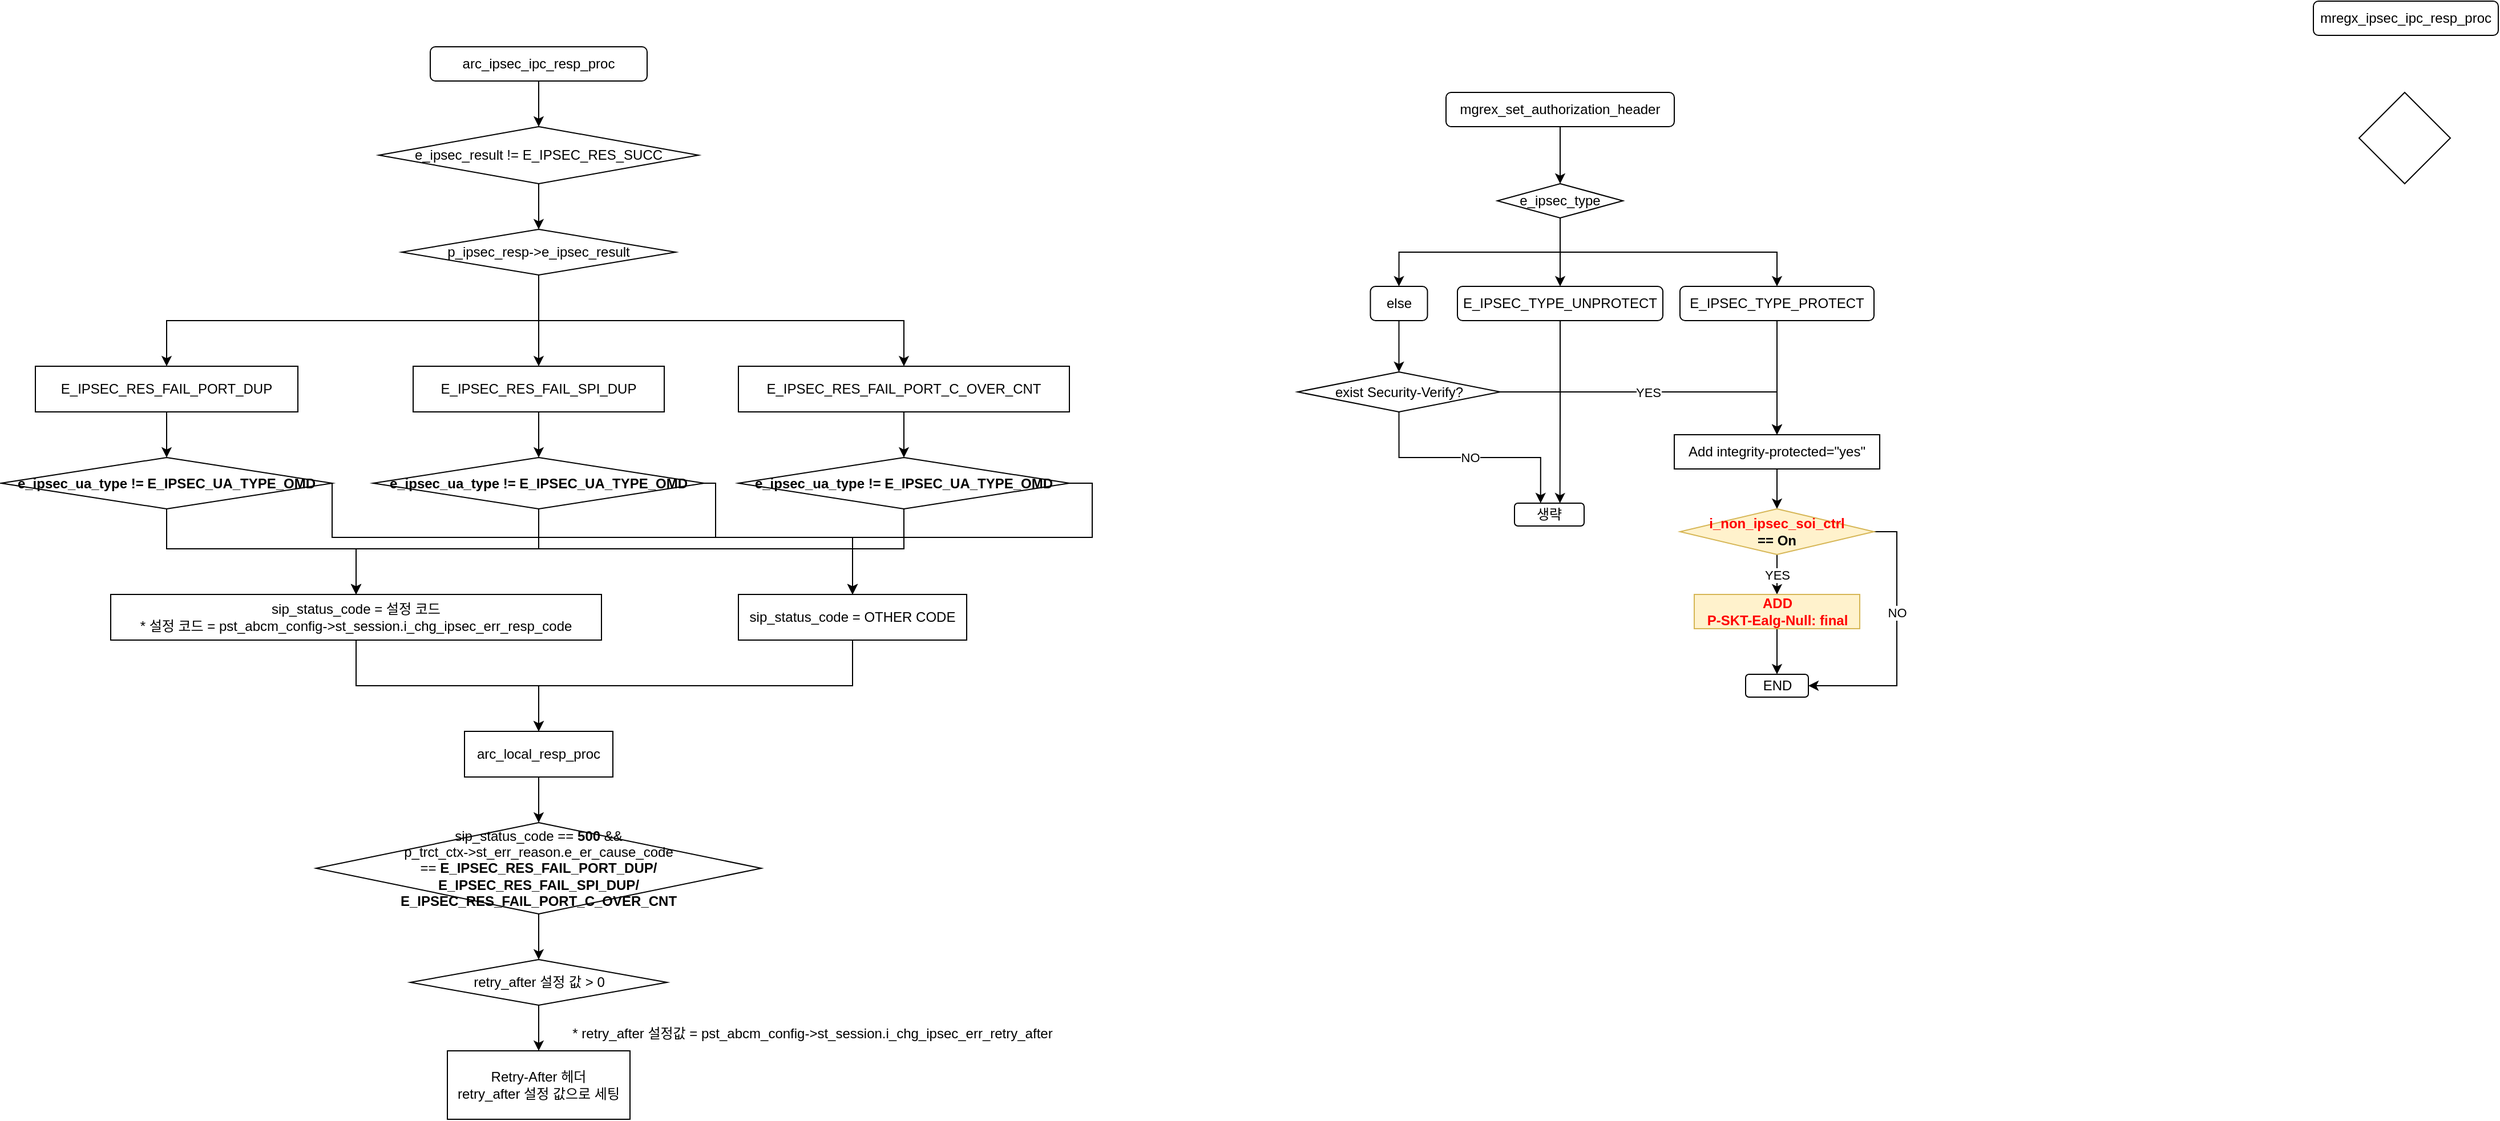
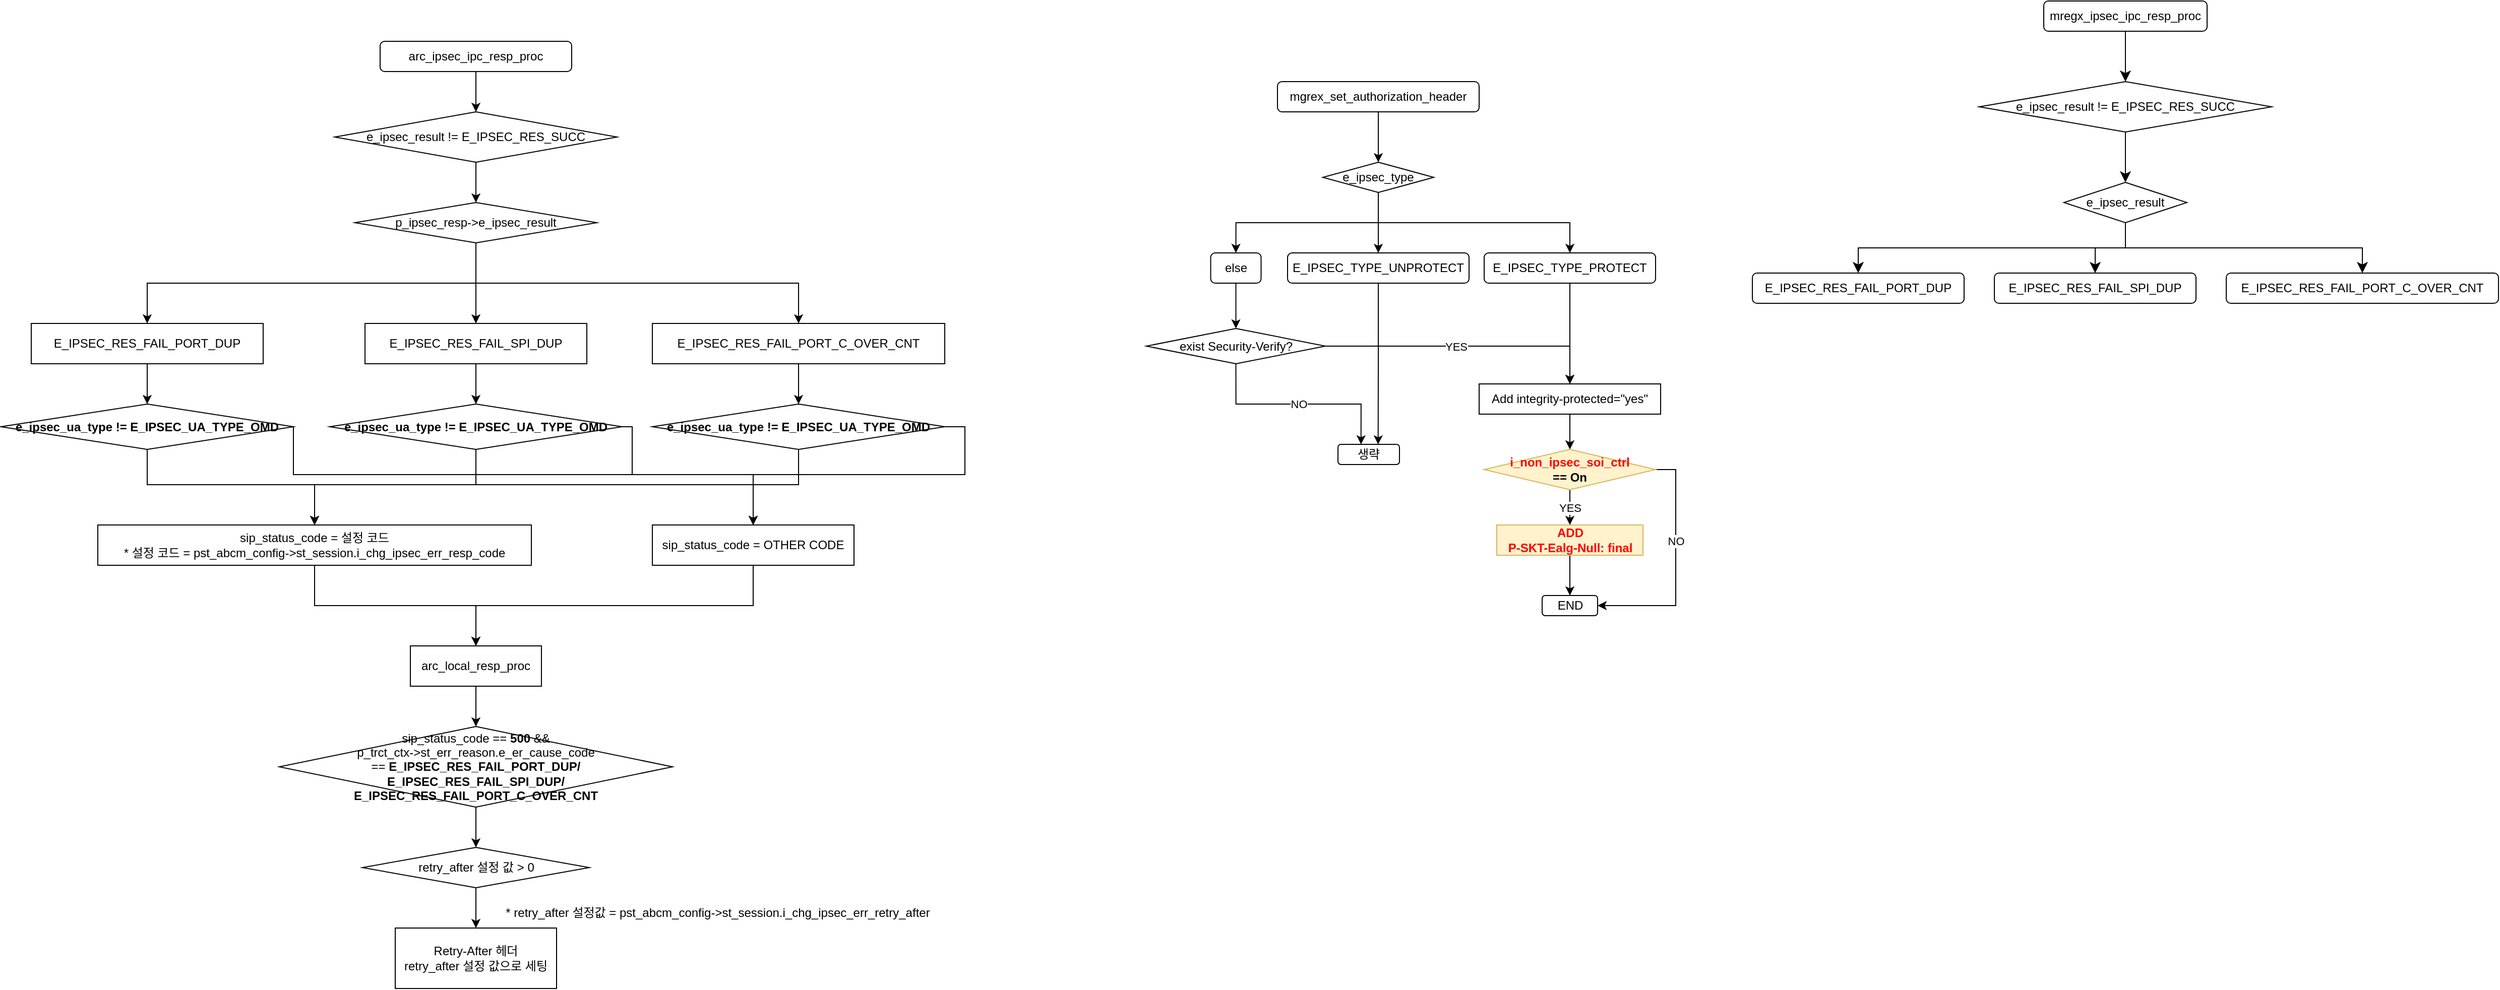
<mxfile host="app.diagrams.net">
  <diagram name="페이지-1" id="m8fQX8wD3sIqdr1Rjxz5">
-     <mxGraphModel dx="1691" dy="993" grid="1" gridSize="10" guides="1" tooltips="1" connect="1" arrows="1" fold="1" page="1" pageScale="1" pageWidth="827" pageHeight="1169" math="0" shadow="0">
+     <mxGraphModel dx="1522" dy="1222" grid="1" gridSize="10" guides="1" tooltips="1" connect="1" arrows="1" fold="1" page="1" pageScale="1" pageWidth="827" pageHeight="1169" math="0" shadow="0">
      <root>
        <mxCell id="0" />
        <mxCell id="1" parent="0" />
        <mxCell id="ojS5_yHJFsPbv8XDm5Tb-1" edge="1" parent="1" source="ojS5_yHJFsPbv8XDm5Tb-2" style="edgeStyle=orthogonalEdgeStyle;rounded=0;orthogonalLoop=1;jettySize=auto;html=1;exitX=0.5;exitY=1;exitDx=0;exitDy=0;entryX=0.5;entryY=0;entryDx=0;entryDy=0;labelBackgroundColor=none;fontColor=default;" target="ojS5_yHJFsPbv8XDm5Tb-4">
          <mxGeometry relative="1" as="geometry" />
        </mxCell>
        <mxCell id="ojS5_yHJFsPbv8XDm5Tb-2" parent="1" style="rounded=1;whiteSpace=wrap;html=1;labelBackgroundColor=none;" value="arc_ipsec_ipc_resp_proc" vertex="1">
          <mxGeometry height="30" width="190" x="350" y="120" as="geometry" />
        </mxCell>
        <mxCell id="ojS5_yHJFsPbv8XDm5Tb-3" edge="1" parent="1" source="ojS5_yHJFsPbv8XDm5Tb-4" style="edgeStyle=orthogonalEdgeStyle;rounded=0;orthogonalLoop=1;jettySize=auto;html=1;exitX=0.5;exitY=1;exitDx=0;exitDy=0;entryX=0.5;entryY=0;entryDx=0;entryDy=0;labelBackgroundColor=none;fontColor=default;" target="ojS5_yHJFsPbv8XDm5Tb-8">
          <mxGeometry relative="1" as="geometry" />
        </mxCell>
        <mxCell id="ojS5_yHJFsPbv8XDm5Tb-4" parent="1" style="rhombus;whiteSpace=wrap;html=1;labelBackgroundColor=none;" value="e_ipsec_result != E_IPSEC_RES_SUCC" vertex="1">
          <mxGeometry height="50" width="280" x="305" y="190" as="geometry" />
        </mxCell>
        <mxCell id="ojS5_yHJFsPbv8XDm5Tb-5" edge="1" parent="1" source="ojS5_yHJFsPbv8XDm5Tb-8" style="edgeStyle=orthogonalEdgeStyle;rounded=0;orthogonalLoop=1;jettySize=auto;html=1;exitX=0.5;exitY=1;exitDx=0;exitDy=0;entryX=0.5;entryY=0;entryDx=0;entryDy=0;labelBackgroundColor=none;fontColor=default;" target="ojS5_yHJFsPbv8XDm5Tb-10">
          <mxGeometry relative="1" as="geometry" />
        </mxCell>
        <mxCell id="ojS5_yHJFsPbv8XDm5Tb-6" edge="1" parent="1" source="ojS5_yHJFsPbv8XDm5Tb-8" style="edgeStyle=orthogonalEdgeStyle;rounded=0;orthogonalLoop=1;jettySize=auto;html=1;exitX=0.5;exitY=1;exitDx=0;exitDy=0;entryX=0.5;entryY=0;entryDx=0;entryDy=0;labelBackgroundColor=none;fontColor=default;" target="ojS5_yHJFsPbv8XDm5Tb-12">
          <mxGeometry relative="1" as="geometry" />
        </mxCell>
        <mxCell id="ojS5_yHJFsPbv8XDm5Tb-7" edge="1" parent="1" source="ojS5_yHJFsPbv8XDm5Tb-8" style="edgeStyle=orthogonalEdgeStyle;rounded=0;orthogonalLoop=1;jettySize=auto;html=1;exitX=0.5;exitY=1;exitDx=0;exitDy=0;entryX=0.5;entryY=0;entryDx=0;entryDy=0;labelBackgroundColor=none;fontColor=default;" target="ojS5_yHJFsPbv8XDm5Tb-14">
          <mxGeometry relative="1" as="geometry" />
        </mxCell>
        <mxCell id="ojS5_yHJFsPbv8XDm5Tb-8" parent="1" style="rhombus;whiteSpace=wrap;html=1;labelBackgroundColor=none;" value="p_ipsec_resp-&amp;gt;e_ipsec_result" vertex="1">
          <mxGeometry height="40" width="240" x="325" y="280" as="geometry" />
        </mxCell>
        <mxCell id="ojS5_yHJFsPbv8XDm5Tb-9" edge="1" parent="1" source="ojS5_yHJFsPbv8XDm5Tb-10" style="edgeStyle=orthogonalEdgeStyle;rounded=0;orthogonalLoop=1;jettySize=auto;html=1;exitX=0.5;exitY=1;exitDx=0;exitDy=0;entryX=0.5;entryY=0;entryDx=0;entryDy=0;labelBackgroundColor=none;fontColor=default;" target="ojS5_yHJFsPbv8XDm5Tb-17">
          <mxGeometry relative="1" as="geometry" />
        </mxCell>
        <mxCell id="ojS5_yHJFsPbv8XDm5Tb-10" parent="1" style="rounded=0;whiteSpace=wrap;html=1;labelBackgroundColor=none;" value="E_IPSEC_RES_FAIL_PORT_DUP" vertex="1">
          <mxGeometry height="40" width="230" x="4" y="400" as="geometry" />
        </mxCell>
        <mxCell id="ojS5_yHJFsPbv8XDm5Tb-11" edge="1" parent="1" source="ojS5_yHJFsPbv8XDm5Tb-12" style="edgeStyle=orthogonalEdgeStyle;rounded=0;orthogonalLoop=1;jettySize=auto;html=1;exitX=0.5;exitY=1;exitDx=0;exitDy=0;entryX=0.5;entryY=0;entryDx=0;entryDy=0;labelBackgroundColor=none;fontColor=default;" target="ojS5_yHJFsPbv8XDm5Tb-20">
          <mxGeometry relative="1" as="geometry" />
        </mxCell>
        <mxCell id="ojS5_yHJFsPbv8XDm5Tb-12" parent="1" style="rounded=0;whiteSpace=wrap;html=1;labelBackgroundColor=none;" value="E_IPSEC_RES_FAIL_SPI_DUP" vertex="1">
          <mxGeometry height="40" width="220" x="335" y="400" as="geometry" />
        </mxCell>
        <mxCell id="ojS5_yHJFsPbv8XDm5Tb-13" edge="1" parent="1" source="ojS5_yHJFsPbv8XDm5Tb-14" style="edgeStyle=orthogonalEdgeStyle;rounded=0;orthogonalLoop=1;jettySize=auto;html=1;exitX=0.5;exitY=1;exitDx=0;exitDy=0;entryX=0.5;entryY=0;entryDx=0;entryDy=0;labelBackgroundColor=none;fontColor=default;" target="ojS5_yHJFsPbv8XDm5Tb-23">
          <mxGeometry relative="1" as="geometry" />
        </mxCell>
        <mxCell id="ojS5_yHJFsPbv8XDm5Tb-14" parent="1" style="rounded=0;whiteSpace=wrap;html=1;labelBackgroundColor=none;" value="E_IPSEC_RES_FAIL_PORT_C_OVER_CNT" vertex="1">
          <mxGeometry height="40" width="290" x="620" y="400" as="geometry" />
        </mxCell>
        <mxCell id="ojS5_yHJFsPbv8XDm5Tb-15" edge="1" parent="1" source="ojS5_yHJFsPbv8XDm5Tb-17" style="edgeStyle=orthogonalEdgeStyle;rounded=0;orthogonalLoop=1;jettySize=auto;html=1;exitX=1;exitY=0.5;exitDx=0;exitDy=0;entryX=0.5;entryY=0;entryDx=0;entryDy=0;labelBackgroundColor=none;fontColor=default;" target="ojS5_yHJFsPbv8XDm5Tb-27">
          <mxGeometry relative="1" as="geometry">
            <Array as="points">
              <mxPoint x="264" y="550" />
              <mxPoint x="720" y="550" />
            </Array>
          </mxGeometry>
        </mxCell>
        <mxCell id="ojS5_yHJFsPbv8XDm5Tb-16" edge="1" parent="1" source="ojS5_yHJFsPbv8XDm5Tb-17" style="edgeStyle=orthogonalEdgeStyle;rounded=0;orthogonalLoop=1;jettySize=auto;html=1;exitX=0.5;exitY=1;exitDx=0;exitDy=0;entryX=0.5;entryY=0;entryDx=0;entryDy=0;labelBackgroundColor=none;fontColor=default;" target="ojS5_yHJFsPbv8XDm5Tb-25">
          <mxGeometry relative="1" as="geometry">
            <Array as="points">
              <mxPoint x="119" y="560" />
              <mxPoint x="285" y="560" />
            </Array>
          </mxGeometry>
        </mxCell>
        <mxCell id="ojS5_yHJFsPbv8XDm5Tb-17" parent="1" style="rhombus;whiteSpace=wrap;html=1;labelBackgroundColor=none;" value="&lt;b&gt;e_ipsec_ua_type != E_IPSEC_UA_TYPE_OMD&lt;/b&gt;" vertex="1">
          <mxGeometry height="45" width="290" x="-26" y="480" as="geometry" />
        </mxCell>
        <mxCell id="ojS5_yHJFsPbv8XDm5Tb-18" edge="1" parent="1" source="ojS5_yHJFsPbv8XDm5Tb-20" style="edgeStyle=orthogonalEdgeStyle;rounded=0;orthogonalLoop=1;jettySize=auto;html=1;exitX=1;exitY=0.5;exitDx=0;exitDy=0;entryX=0.5;entryY=0;entryDx=0;entryDy=0;labelBackgroundColor=none;fontColor=default;" target="ojS5_yHJFsPbv8XDm5Tb-27">
          <mxGeometry relative="1" as="geometry">
            <Array as="points">
              <mxPoint x="600" y="503" />
              <mxPoint x="600" y="550" />
              <mxPoint x="720" y="550" />
            </Array>
          </mxGeometry>
        </mxCell>
        <mxCell id="ojS5_yHJFsPbv8XDm5Tb-19" edge="1" parent="1" source="ojS5_yHJFsPbv8XDm5Tb-20" style="edgeStyle=orthogonalEdgeStyle;rounded=0;orthogonalLoop=1;jettySize=auto;html=1;exitX=0.5;exitY=1;exitDx=0;exitDy=0;entryX=0.5;entryY=0;entryDx=0;entryDy=0;labelBackgroundColor=none;fontColor=default;" target="ojS5_yHJFsPbv8XDm5Tb-25">
          <mxGeometry relative="1" as="geometry">
            <Array as="points">
              <mxPoint x="445" y="560" />
              <mxPoint x="285" y="560" />
            </Array>
          </mxGeometry>
        </mxCell>
        <mxCell id="ojS5_yHJFsPbv8XDm5Tb-20" parent="1" style="rhombus;whiteSpace=wrap;html=1;labelBackgroundColor=none;" value="&lt;b&gt;e_ipsec_ua_type != E_IPSEC_UA_TYPE_OMD&lt;/b&gt;" vertex="1">
          <mxGeometry height="45" width="290" x="300" y="480" as="geometry" />
        </mxCell>
        <mxCell id="ojS5_yHJFsPbv8XDm5Tb-21" edge="1" parent="1" source="ojS5_yHJFsPbv8XDm5Tb-23" style="edgeStyle=orthogonalEdgeStyle;rounded=0;orthogonalLoop=1;jettySize=auto;html=1;exitX=1;exitY=0.5;exitDx=0;exitDy=0;entryX=0.5;entryY=0;entryDx=0;entryDy=0;labelBackgroundColor=none;fontColor=default;" target="ojS5_yHJFsPbv8XDm5Tb-27">
          <mxGeometry relative="1" as="geometry">
            <Array as="points">
              <mxPoint x="930" y="503" />
              <mxPoint x="930" y="550" />
              <mxPoint x="720" y="550" />
            </Array>
          </mxGeometry>
        </mxCell>
        <mxCell id="ojS5_yHJFsPbv8XDm5Tb-22" edge="1" parent="1" source="ojS5_yHJFsPbv8XDm5Tb-23" style="edgeStyle=orthogonalEdgeStyle;rounded=0;orthogonalLoop=1;jettySize=auto;html=1;exitX=0.5;exitY=1;exitDx=0;exitDy=0;entryX=0.5;entryY=0;entryDx=0;entryDy=0;labelBackgroundColor=none;fontColor=default;" target="ojS5_yHJFsPbv8XDm5Tb-25">
          <mxGeometry relative="1" as="geometry">
            <Array as="points">
              <mxPoint x="765" y="560" />
              <mxPoint x="285" y="560" />
            </Array>
          </mxGeometry>
        </mxCell>
        <mxCell id="ojS5_yHJFsPbv8XDm5Tb-23" parent="1" style="rhombus;whiteSpace=wrap;html=1;labelBackgroundColor=none;" value="&lt;b&gt;e_ipsec_ua_type != E_IPSEC_UA_TYPE_OMD&lt;/b&gt;" vertex="1">
          <mxGeometry height="45" width="290" x="620" y="480" as="geometry" />
        </mxCell>
        <mxCell id="ojS5_yHJFsPbv8XDm5Tb-24" edge="1" parent="1" source="ojS5_yHJFsPbv8XDm5Tb-25" style="edgeStyle=orthogonalEdgeStyle;rounded=0;orthogonalLoop=1;jettySize=auto;html=1;exitX=0.5;exitY=1;exitDx=0;exitDy=0;entryX=0.5;entryY=0;entryDx=0;entryDy=0;labelBackgroundColor=none;fontColor=default;" target="ojS5_yHJFsPbv8XDm5Tb-29">
          <mxGeometry relative="1" as="geometry" />
        </mxCell>
        <mxCell id="ojS5_yHJFsPbv8XDm5Tb-25" parent="1" style="rounded=0;whiteSpace=wrap;html=1;labelBackgroundColor=none;" value="sip_status_code = 설정 코드&lt;div&gt;* 설정 코드 = pst_abcm_config-&amp;gt;st_session.i_chg_ipsec_err_resp_code&lt;/div&gt;" vertex="1">
          <mxGeometry height="40" width="430" x="70" y="600" as="geometry" />
        </mxCell>
        <mxCell id="ojS5_yHJFsPbv8XDm5Tb-26" edge="1" parent="1" source="ojS5_yHJFsPbv8XDm5Tb-27" style="edgeStyle=orthogonalEdgeStyle;rounded=0;orthogonalLoop=1;jettySize=auto;html=1;exitX=0.5;exitY=1;exitDx=0;exitDy=0;entryX=0.5;entryY=0;entryDx=0;entryDy=0;labelBackgroundColor=none;fontColor=default;" target="ojS5_yHJFsPbv8XDm5Tb-29">
          <mxGeometry relative="1" as="geometry" />
        </mxCell>
        <mxCell id="ojS5_yHJFsPbv8XDm5Tb-27" parent="1" style="rounded=0;whiteSpace=wrap;html=1;labelBackgroundColor=none;" value="sip_status_code = OTHER CODE" vertex="1">
          <mxGeometry height="40" width="200" x="620" y="600" as="geometry" />
        </mxCell>
        <mxCell id="ojS5_yHJFsPbv8XDm5Tb-28" edge="1" parent="1" source="ojS5_yHJFsPbv8XDm5Tb-29" style="edgeStyle=orthogonalEdgeStyle;rounded=0;orthogonalLoop=1;jettySize=auto;html=1;exitX=0.5;exitY=1;exitDx=0;exitDy=0;entryX=0.5;entryY=0;entryDx=0;entryDy=0;labelBackgroundColor=none;fontColor=default;" target="ojS5_yHJFsPbv8XDm5Tb-31">
          <mxGeometry relative="1" as="geometry" />
        </mxCell>
        <mxCell id="ojS5_yHJFsPbv8XDm5Tb-29" parent="1" style="rounded=0;whiteSpace=wrap;html=1;labelBackgroundColor=none;" value="arc_local_resp_proc" vertex="1">
          <mxGeometry height="40" width="130" x="380" y="720" as="geometry" />
        </mxCell>
        <mxCell id="ojS5_yHJFsPbv8XDm5Tb-30" edge="1" parent="1" source="ojS5_yHJFsPbv8XDm5Tb-31" style="edgeStyle=orthogonalEdgeStyle;rounded=0;orthogonalLoop=1;jettySize=auto;html=1;exitX=0.5;exitY=1;exitDx=0;exitDy=0;entryX=0.5;entryY=0;entryDx=0;entryDy=0;labelBackgroundColor=none;fontColor=default;" target="ojS5_yHJFsPbv8XDm5Tb-33">
          <mxGeometry relative="1" as="geometry" />
        </mxCell>
        <mxCell id="ojS5_yHJFsPbv8XDm5Tb-31" parent="1" style="rhombus;whiteSpace=wrap;html=1;labelBackgroundColor=none;" value="sip_status_code == &lt;b&gt;500&lt;/b&gt; &amp;amp;&amp;amp;&lt;div&gt;p_trct_ctx-&amp;gt;st_err_reason.e_er_cause_code ==&amp;nbsp;&lt;span style=&quot;background-color: transparent; color: light-dark(rgb(0, 0, 0), rgb(255, 255, 255));&quot;&gt;&lt;b&gt;E_IPSEC_RES_FAIL_PORT_DUP/&lt;/b&gt;&lt;/span&gt;&lt;/div&gt;&lt;div&gt;&lt;b&gt;E_IPSEC_RES_FAIL_SPI_DUP/&lt;span style=&quot;background-color: transparent; color: light-dark(rgb(0, 0, 0), rgb(255, 255, 255));&quot;&gt;&lt;/span&gt;&lt;/b&gt;&lt;/div&gt;&lt;div&gt;&lt;b&gt;E_IPSEC_RES_FAIL_PORT_C_OVER_CNT&lt;/b&gt;&lt;/div&gt;" vertex="1">
          <mxGeometry height="80" width="390" x="250" y="800" as="geometry" />
        </mxCell>
        <mxCell id="ojS5_yHJFsPbv8XDm5Tb-32" edge="1" parent="1" source="ojS5_yHJFsPbv8XDm5Tb-33" style="edgeStyle=orthogonalEdgeStyle;rounded=0;orthogonalLoop=1;jettySize=auto;html=1;exitX=0.5;exitY=1;exitDx=0;exitDy=0;entryX=0.5;entryY=0;entryDx=0;entryDy=0;labelBackgroundColor=none;fontColor=default;" target="ojS5_yHJFsPbv8XDm5Tb-35">
          <mxGeometry relative="1" as="geometry" />
        </mxCell>
        <mxCell id="ojS5_yHJFsPbv8XDm5Tb-33" parent="1" style="rhombus;whiteSpace=wrap;html=1;labelBackgroundColor=none;" value="retry_after 설정 값 &amp;gt; 0" vertex="1">
          <mxGeometry height="40" width="225" x="332.5" y="920" as="geometry" />
        </mxCell>
        <mxCell id="ojS5_yHJFsPbv8XDm5Tb-34" parent="1" style="text;html=1;whiteSpace=wrap;strokeColor=none;fillColor=none;align=center;verticalAlign=middle;rounded=0;labelBackgroundColor=none;" value="* retry_after 설정값 =&amp;nbsp;pst_abcm_config-&amp;gt;st_session.i_chg_ipsec_err_retry_after" vertex="1">
          <mxGeometry height="30" width="450" x="460" y="970" as="geometry" />
        </mxCell>
        <mxCell id="ojS5_yHJFsPbv8XDm5Tb-35" parent="1" style="rounded=0;whiteSpace=wrap;html=1;labelBackgroundColor=none;" value="Retry-After 헤더&lt;div&gt;retry_after 설정 값으로 세팅&lt;/div&gt;" vertex="1">
          <mxGeometry height="60" width="160" x="365" y="1000" as="geometry" />
        </mxCell>
        <mxCell id="ojS5_yHJFsPbv8XDm5Tb-36" edge="1" parent="1" source="ojS5_yHJFsPbv8XDm5Tb-37" style="edgeStyle=orthogonalEdgeStyle;rounded=0;orthogonalLoop=1;jettySize=auto;html=1;exitX=0.5;exitY=1;exitDx=0;exitDy=0;entryX=0.5;entryY=0;entryDx=0;entryDy=0;labelBackgroundColor=none;fontColor=default;" target="ojS5_yHJFsPbv8XDm5Tb-41">
          <mxGeometry relative="1" as="geometry" />
        </mxCell>
        <mxCell id="ojS5_yHJFsPbv8XDm5Tb-37" parent="1" style="rounded=1;whiteSpace=wrap;html=1;labelBackgroundColor=none;" value="mgrex_set_authorization_header" vertex="1">
          <mxGeometry height="30" width="200" x="1240" y="160" as="geometry" />
        </mxCell>
        <mxCell id="ojS5_yHJFsPbv8XDm5Tb-38" edge="1" parent="1" source="ojS5_yHJFsPbv8XDm5Tb-41" style="edgeStyle=orthogonalEdgeStyle;rounded=0;orthogonalLoop=1;jettySize=auto;html=1;exitX=0.5;exitY=1;exitDx=0;exitDy=0;entryX=0.5;entryY=0;entryDx=0;entryDy=0;labelBackgroundColor=none;fontColor=default;" target="ojS5_yHJFsPbv8XDm5Tb-43">
          <mxGeometry relative="1" as="geometry" />
        </mxCell>
        <mxCell id="ojS5_yHJFsPbv8XDm5Tb-39" edge="1" parent="1" source="ojS5_yHJFsPbv8XDm5Tb-41" style="edgeStyle=orthogonalEdgeStyle;rounded=0;orthogonalLoop=1;jettySize=auto;html=1;exitX=0.5;exitY=1;exitDx=0;exitDy=0;entryX=0.5;entryY=0;entryDx=0;entryDy=0;labelBackgroundColor=none;fontColor=default;" target="ojS5_yHJFsPbv8XDm5Tb-45">
          <mxGeometry relative="1" as="geometry" />
        </mxCell>
        <mxCell id="ojS5_yHJFsPbv8XDm5Tb-40" edge="1" parent="1" source="ojS5_yHJFsPbv8XDm5Tb-41" style="edgeStyle=orthogonalEdgeStyle;rounded=0;orthogonalLoop=1;jettySize=auto;html=1;exitX=0.5;exitY=1;exitDx=0;exitDy=0;entryX=0.5;entryY=0;entryDx=0;entryDy=0;labelBackgroundColor=none;fontColor=default;" target="ojS5_yHJFsPbv8XDm5Tb-47">
          <mxGeometry relative="1" as="geometry" />
        </mxCell>
        <mxCell id="ojS5_yHJFsPbv8XDm5Tb-41" parent="1" style="rhombus;whiteSpace=wrap;html=1;labelBackgroundColor=none;" value="e_ipsec_type" vertex="1">
          <mxGeometry height="30" width="110" x="1285" y="240" as="geometry" />
        </mxCell>
        <mxCell id="ojS5_yHJFsPbv8XDm5Tb-42" edge="1" parent="1" source="ojS5_yHJFsPbv8XDm5Tb-43" style="edgeStyle=orthogonalEdgeStyle;rounded=0;orthogonalLoop=1;jettySize=auto;html=1;exitX=0.5;exitY=1;exitDx=0;exitDy=0;entryX=0.5;entryY=0;entryDx=0;entryDy=0;labelBackgroundColor=none;fontColor=default;" target="ojS5_yHJFsPbv8XDm5Tb-49">
          <mxGeometry relative="1" as="geometry" />
        </mxCell>
        <mxCell id="ojS5_yHJFsPbv8XDm5Tb-43" parent="1" style="rounded=1;whiteSpace=wrap;html=1;labelBackgroundColor=none;" value="E_IPSEC_TYPE_PROTECT" vertex="1">
          <mxGeometry height="30" width="170" x="1445" y="330" as="geometry" />
        </mxCell>
        <mxCell id="ojS5_yHJFsPbv8XDm5Tb-44" edge="1" parent="1" source="ojS5_yHJFsPbv8XDm5Tb-45" style="edgeStyle=orthogonalEdgeStyle;rounded=0;orthogonalLoop=1;jettySize=auto;html=1;exitX=0.5;exitY=1;exitDx=0;exitDy=0;entryX=0.653;entryY=0.002;entryDx=0;entryDy=0;entryPerimeter=0;" target="ojS5_yHJFsPbv8XDm5Tb-59">
          <mxGeometry relative="1" as="geometry">
            <mxPoint x="1339.9411764705883" y="520" as="targetPoint" />
          </mxGeometry>
        </mxCell>
        <mxCell id="ojS5_yHJFsPbv8XDm5Tb-45" parent="1" style="rounded=1;whiteSpace=wrap;html=1;labelBackgroundColor=none;" value="E_IPSEC_TYPE_UNPROTECT" vertex="1">
          <mxGeometry height="30" width="180" x="1250" y="330" as="geometry" />
        </mxCell>
        <mxCell id="ojS5_yHJFsPbv8XDm5Tb-46" edge="1" parent="1" source="ojS5_yHJFsPbv8XDm5Tb-47" style="edgeStyle=orthogonalEdgeStyle;rounded=0;orthogonalLoop=1;jettySize=auto;html=1;exitX=0.5;exitY=1;exitDx=0;exitDy=0;entryX=0.5;entryY=0;entryDx=0;entryDy=0;" target="ojS5_yHJFsPbv8XDm5Tb-58">
          <mxGeometry relative="1" as="geometry" />
        </mxCell>
        <mxCell id="ojS5_yHJFsPbv8XDm5Tb-47" parent="1" style="rounded=1;whiteSpace=wrap;html=1;labelBackgroundColor=none;" value="else" vertex="1">
          <mxGeometry height="30" width="50" x="1173.75" y="330" as="geometry" />
        </mxCell>
        <mxCell id="ojS5_yHJFsPbv8XDm5Tb-48" edge="1" parent="1" source="ojS5_yHJFsPbv8XDm5Tb-49" style="edgeStyle=orthogonalEdgeStyle;rounded=0;orthogonalLoop=1;jettySize=auto;html=1;exitX=0.5;exitY=1;exitDx=0;exitDy=0;entryX=0.5;entryY=0;entryDx=0;entryDy=0;" target="ojS5_yHJFsPbv8XDm5Tb-52">
          <mxGeometry relative="1" as="geometry" />
        </mxCell>
        <mxCell id="ojS5_yHJFsPbv8XDm5Tb-49" parent="1" style="rounded=0;whiteSpace=wrap;html=1;labelBackgroundColor=none;" value="Add integrity-protected=&quot;yes&quot;" vertex="1">
          <mxGeometry height="30" width="180" x="1440" y="460" as="geometry" />
        </mxCell>
        <mxCell id="ojS5_yHJFsPbv8XDm5Tb-50" edge="1" parent="1" source="ojS5_yHJFsPbv8XDm5Tb-52" style="edgeStyle=orthogonalEdgeStyle;rounded=0;orthogonalLoop=1;jettySize=auto;html=1;exitX=0.5;exitY=1;exitDx=0;exitDy=0;entryX=0.5;entryY=0;entryDx=0;entryDy=0;" target="ojS5_yHJFsPbv8XDm5Tb-54" value="YES">
          <mxGeometry relative="1" as="geometry" />
        </mxCell>
        <mxCell id="ojS5_yHJFsPbv8XDm5Tb-51" edge="1" parent="1" source="ojS5_yHJFsPbv8XDm5Tb-52" style="edgeStyle=orthogonalEdgeStyle;rounded=0;orthogonalLoop=1;jettySize=auto;html=1;exitX=1;exitY=0.5;exitDx=0;exitDy=0;entryX=1;entryY=0.5;entryDx=0;entryDy=0;" target="ojS5_yHJFsPbv8XDm5Tb-55" value="NO">
          <mxGeometry relative="1" x="-0.2233" as="geometry">
            <mxPoint as="offset" />
          </mxGeometry>
        </mxCell>
        <mxCell id="ojS5_yHJFsPbv8XDm5Tb-52" parent="1" style="rhombus;whiteSpace=wrap;html=1;fillColor=#fff2cc;strokeColor=#d6b656;" value="&lt;b&gt;&lt;font style=&quot;color: rgb(255, 0, 0);&quot;&gt;i_non_ipsec_soi_ctrl&lt;/font&gt;&lt;br&gt;== On&lt;/b&gt;" vertex="1">
          <mxGeometry height="40" width="170" x="1445" y="525" as="geometry" />
        </mxCell>
        <mxCell id="ojS5_yHJFsPbv8XDm5Tb-53" edge="1" parent="1" source="ojS5_yHJFsPbv8XDm5Tb-54" style="edgeStyle=orthogonalEdgeStyle;rounded=0;orthogonalLoop=1;jettySize=auto;html=1;exitX=0.5;exitY=1;exitDx=0;exitDy=0;entryX=0.5;entryY=0;entryDx=0;entryDy=0;" target="ojS5_yHJFsPbv8XDm5Tb-55">
          <mxGeometry relative="1" as="geometry" />
        </mxCell>
        <mxCell id="ojS5_yHJFsPbv8XDm5Tb-54" parent="1" style="rounded=0;whiteSpace=wrap;html=1;fillColor=#fff2cc;strokeColor=#d6b656;" value="&lt;b&gt;&lt;font style=&quot;color: rgb(255, 0, 0);&quot;&gt;ADD&lt;/font&gt;&lt;/b&gt;&lt;div&gt;&lt;b&gt;&lt;font style=&quot;color: rgb(255, 0, 0);&quot;&gt;P-SKT-Ealg-Null: final&lt;/font&gt;&lt;/b&gt;&lt;/div&gt;" vertex="1">
          <mxGeometry height="30" width="145" x="1457.5" y="600" as="geometry" />
        </mxCell>
        <mxCell id="ojS5_yHJFsPbv8XDm5Tb-55" parent="1" style="rounded=1;whiteSpace=wrap;html=1;" value="END" vertex="1">
          <mxGeometry height="20" width="55" x="1502.5" y="670" as="geometry" />
        </mxCell>
        <mxCell id="ojS5_yHJFsPbv8XDm5Tb-56" edge="1" parent="1" source="ojS5_yHJFsPbv8XDm5Tb-58" style="edgeStyle=orthogonalEdgeStyle;rounded=0;orthogonalLoop=1;jettySize=auto;html=1;exitX=1;exitY=0.5;exitDx=0;exitDy=0;entryX=0.5;entryY=0;entryDx=0;entryDy=0;" target="ojS5_yHJFsPbv8XDm5Tb-49" value="YES">
          <mxGeometry relative="1" x="-0.0774" as="geometry">
            <mxPoint as="offset" />
          </mxGeometry>
        </mxCell>
        <mxCell id="ojS5_yHJFsPbv8XDm5Tb-57" edge="1" parent="1" source="ojS5_yHJFsPbv8XDm5Tb-58" style="edgeStyle=orthogonalEdgeStyle;rounded=0;orthogonalLoop=1;jettySize=auto;html=1;exitX=0.5;exitY=1;exitDx=0;exitDy=0;entryX=0.375;entryY=-0.001;entryDx=0;entryDy=0;entryPerimeter=0;" target="ojS5_yHJFsPbv8XDm5Tb-59" value="NO">
          <mxGeometry relative="1" as="geometry">
            <mxPoint x="1175.1176470588234" y="520" as="targetPoint" />
          </mxGeometry>
        </mxCell>
        <mxCell id="ojS5_yHJFsPbv8XDm5Tb-58" parent="1" style="rhombus;whiteSpace=wrap;html=1;" value="exist&amp;nbsp;&lt;span style=&quot;background-color: transparent; color: light-dark(rgb(0, 0, 0), rgb(255, 255, 255));&quot;&gt;Security-Verify?&lt;/span&gt;" vertex="1">
          <mxGeometry height="35" width="177.5" x="1110" y="405" as="geometry" />
        </mxCell>
        <mxCell id="ojS5_yHJFsPbv8XDm5Tb-59" parent="1" style="rounded=1;whiteSpace=wrap;html=1;" value="생략" vertex="1">
          <mxGeometry height="20" width="61" x="1300" y="520" as="geometry" />
        </mxCell>
+         <mxCell id="v6OCQPZjq4ElUTE85C_Q-3" edge="1" parent="1" source="v6OCQPZjq4ElUTE85C_Q-1" style="edgeStyle=none;curved=1;rounded=0;orthogonalLoop=1;jettySize=auto;html=1;exitX=0.5;exitY=1;exitDx=0;exitDy=0;entryX=0.5;entryY=0;entryDx=0;entryDy=0;fontSize=12;startSize=8;endSize=8;" target="v6OCQPZjq4ElUTE85C_Q-2">
+           <mxGeometry relative="1" as="geometry" />
+         </mxCell>
        <mxCell id="v6OCQPZjq4ElUTE85C_Q-1" parent="1" style="rounded=1;whiteSpace=wrap;html=1;" value="mregx_ipsec_ipc_resp_proc" vertex="1">
          <mxGeometry height="30" width="162" x="2000" y="80" as="geometry" />
        </mxCell>
-         <mxCell id="v6OCQPZjq4ElUTE85C_Q-2" parent="1" style="rhombus;whiteSpace=wrap;html=1;" value="" vertex="1">
-           <mxGeometry height="80" width="80" x="2040" y="160" as="geometry" />
+         <mxCell id="v6OCQPZjq4ElUTE85C_Q-5" edge="1" parent="1" source="v6OCQPZjq4ElUTE85C_Q-2" style="edgeStyle=none;curved=1;rounded=0;orthogonalLoop=1;jettySize=auto;html=1;exitX=0.5;exitY=1;exitDx=0;exitDy=0;entryX=0.5;entryY=0;entryDx=0;entryDy=0;fontSize=12;startSize=8;endSize=8;" target="v6OCQPZjq4ElUTE85C_Q-4">
+           <mxGeometry relative="1" as="geometry" />
+         </mxCell>
+         <mxCell id="v6OCQPZjq4ElUTE85C_Q-2" parent="1" style="rhombus;whiteSpace=wrap;html=1;" value="e_ipsec_result != E_IPSEC_RES_SUCC" vertex="1">
+           <mxGeometry height="50" width="290" x="1936" y="160" as="geometry" />
+         </mxCell>
+         <mxCell id="v6OCQPZjq4ElUTE85C_Q-12" edge="1" parent="1" source="v6OCQPZjq4ElUTE85C_Q-4" style="edgeStyle=orthogonalEdgeStyle;rounded=0;orthogonalLoop=1;jettySize=auto;html=1;exitX=0.5;exitY=1;exitDx=0;exitDy=0;entryX=0.5;entryY=0;entryDx=0;entryDy=0;fontSize=12;startSize=8;endSize=8;" target="v6OCQPZjq4ElUTE85C_Q-7">
+           <mxGeometry relative="1" as="geometry" />
+         </mxCell>
+         <mxCell id="v6OCQPZjq4ElUTE85C_Q-13" edge="1" parent="1" source="v6OCQPZjq4ElUTE85C_Q-4" style="edgeStyle=orthogonalEdgeStyle;rounded=0;orthogonalLoop=1;jettySize=auto;html=1;exitX=0.5;exitY=1;exitDx=0;exitDy=0;entryX=0.5;entryY=0;entryDx=0;entryDy=0;fontSize=12;startSize=8;endSize=8;" target="v6OCQPZjq4ElUTE85C_Q-8">
+           <mxGeometry relative="1" as="geometry" />
+         </mxCell>
+         <mxCell id="v6OCQPZjq4ElUTE85C_Q-4" parent="1" style="rhombus;whiteSpace=wrap;html=1;" value="e_ipsec_result" vertex="1">
+           <mxGeometry height="40" width="122" x="2020" y="260" as="geometry" />
+         </mxCell>
+         <mxCell id="v6OCQPZjq4ElUTE85C_Q-6" parent="1" style="rounded=1;whiteSpace=wrap;html=1;" value="E_IPSEC_RES_FAIL_PORT_DUP" vertex="1">
+           <mxGeometry height="30" width="210" x="1711" y="350" as="geometry" />
+         </mxCell>
+         <mxCell id="v6OCQPZjq4ElUTE85C_Q-7" parent="1" style="rounded=1;whiteSpace=wrap;html=1;" value="E_IPSEC_RES_FAIL_SPI_DUP" vertex="1">
+           <mxGeometry height="30" width="200" x="1951" y="350" as="geometry" />
+         </mxCell>
+         <mxCell id="v6OCQPZjq4ElUTE85C_Q-8" parent="1" style="rounded=1;whiteSpace=wrap;html=1;" value="E_IPSEC_RES_FAIL_PORT_C_OVER_CNT" vertex="1">
+           <mxGeometry height="30" width="270" x="2181" y="350" as="geometry" />
+         </mxCell>
+         <mxCell id="v6OCQPZjq4ElUTE85C_Q-11" edge="1" parent="1" source="v6OCQPZjq4ElUTE85C_Q-4" style="endArrow=classic;html=1;rounded=0;fontSize=12;startSize=8;endSize=8;exitX=0.5;exitY=1;exitDx=0;exitDy=0;entryX=0.5;entryY=0;entryDx=0;entryDy=0;edgeStyle=orthogonalEdgeStyle;" target="v6OCQPZjq4ElUTE85C_Q-6" value="">
+           <mxGeometry height="50" relative="1" width="50" as="geometry">
+             <mxPoint x="1920" y="280" as="sourcePoint" />
+             <mxPoint x="1970" y="230" as="targetPoint" />
+           </mxGeometry>
        </mxCell>
      </root>
    </mxGraphModel>
  </diagram>
</mxfile>
